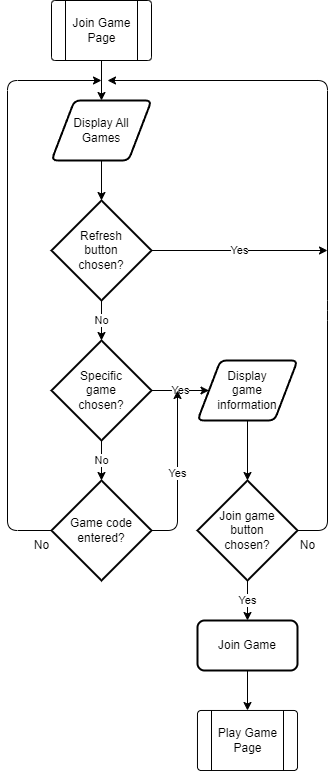
Earlier version of the draw.io export NEA-Final/Writeup/Design/Flowcharts/joingamepage.png (connormcharg/school-work). Source tidied: cells renumbered, new cells last; positions are measured from the earlier drawing's top-left corner, leaving out a move shared by most shapes.
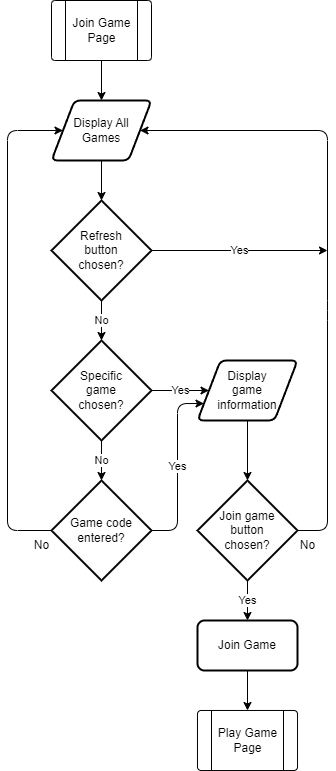
The same file after the commit.

Diff of the diagram source:
```diff
@@ -48,13 +48,12 @@
     <mxCell id="15" value="Yes" style="edgeStyle=none;html=1;" parent="1" edge="1" source="17" target="19">
       <mxGeometry relative="1" as="geometry" />
     </mxCell>
-    <mxCell id="16" style="edgeStyle=none;html=1;" parent="1" edge="1" source="17">
+    <mxCell id="16" style="edgeStyle=none;html=1;entryX=1;entryY=0.5;entryDx=0;entryDy=0;" parent="1" edge="1" source="17" target="6">
       <mxGeometry relative="1" as="geometry">
-        <mxPoint x="100" y="80" as="targetPoint" />
         <Array as="points">
           <mxPoint x="320" y="530" />
           <mxPoint x="320" y="310" />
-          <mxPoint x="320" y="80" />
+          <mxPoint x="320" y="130" />
         </Array>
       </mxGeometry>
     </mxCell>
@@ -76,20 +75,19 @@
     <mxCell id="22" value="No" style="text;html=1;align=center;verticalAlign=middle;strokeColor=none;fillColor=none;" parent="1" vertex="1">
       <mxGeometry x="280" y="530" width="40" height="30" as="geometry" />
     </mxCell>
-    <mxCell id="23" style="edgeStyle=none;html=1;" parent="1" edge="1" source="25">
+    <mxCell id="23" style="edgeStyle=none;html=1;entryX=0;entryY=0.5;entryDx=0;entryDy=0;" parent="1" edge="1" source="25" target="6">
       <mxGeometry relative="1" as="geometry">
-        <mxPoint x="94" y="80" as="targetPoint" />
         <Array as="points">
           <mxPoint y="530" />
-          <mxPoint y="80" />
+          <mxPoint y="130" />
         </Array>
       </mxGeometry>
     </mxCell>
-    <mxCell id="24" value="Yes" style="edgeStyle=none;html=1;" parent="1" edge="1" source="25">
+    <mxCell id="24" value="Yes" style="edgeStyle=none;html=1;entryX=0;entryY=0.75;entryDx=0;entryDy=0;" parent="1" edge="1" source="25" target="14">
       <mxGeometry relative="1" as="geometry">
-        <mxPoint x="170" y="390" as="targetPoint" />
         <Array as="points">
           <mxPoint x="170" y="530" />
+          <mxPoint x="170" y="403" />
         </Array>
       </mxGeometry>
     </mxCell>
```
